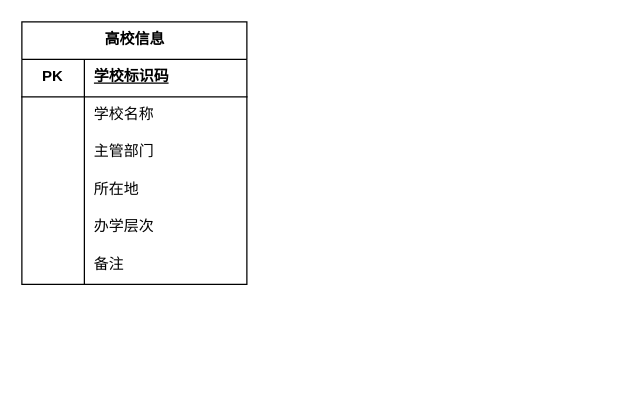
Earlier version of the draw.io diagram designGraph/高校信息ER图.drawio (chenjiongxi/mygradesign). Source tidied: cells renumbered, new cells numbered last; positions are measured from the earlier drawing's top-left corner, leaving out a move shared by most shapes. Both pictures are drawn from the tidied source at 125%, with x=0, y=0 at pixel (21, 21).
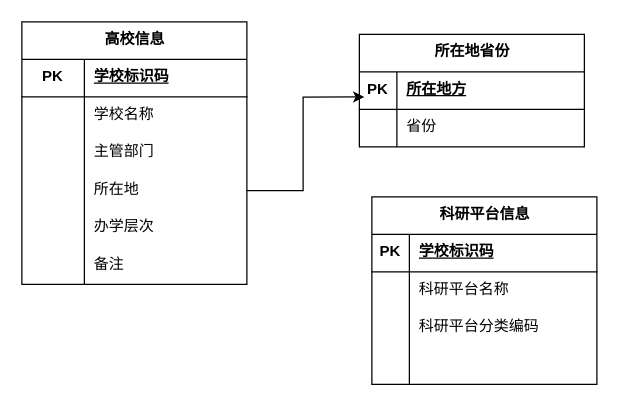
After the change.

Commit message:
更新高校信息ER图.drawio

The change refers to these unchanged cells:
```xml
<mxCell id="12" style="shape=tableRow;horizontal=0;startSize=0;swimlaneHead=0;swimlaneBody=0;fillColor=none;points=[[0,0.5],[1,0.5]];portConstraint=eastwest;top=0;left=0;right=0;bottom=0;shadow=0;strokeColor=default;strokeWidth=1;align=center;verticalAlign=top;fontFamily=Helvetica;fontSize=12;fontColor=default;labelBorderColor=none;" parent="2" vertex="1">
  <mxGeometry y="120" width="180" height="30" as="geometry" />
</mxCell>
```

Diff of the diagram source:
```diff
@@
+    <mxCell id="21" value="所在地省份" style="shape=table;startSize=30;childLayout=tableLayout;rowLines=0;fontStyle=1;align=center;html=1;shadow=0;strokeColor=default;strokeWidth=1;verticalAlign=top;fontFamily=Helvetica;fontSize=12;fontColor=default;labelBorderColor=none;fillColor=default;" parent="1" vertex="1">
+      <mxGeometry x="270" y="10" width="180" height="90" as="geometry" />
+    </mxCell>
+    <mxCell id="22" style="shape=tableRow;horizontal=0;startSize=0;swimlaneHead=0;swimlaneBody=0;fillColor=none;points=[[0,0.5],[1,0.5]];portConstraint=eastwest;top=0;left=0;right=0;bottom=1;shadow=0;strokeColor=default;strokeWidth=1;align=center;verticalAlign=top;fontFamily=Helvetica;fontSize=12;fontColor=default;labelBorderColor=none;" parent="21" vertex="1">
+      <mxGeometry y="30" width="180" height="30" as="geometry" />
+    </mxCell>
+    <mxCell id="23" value="PK" style="shape=partialRectangle;fillColor=none;top=0;left=0;bottom=0;right=0;fontStyle=1;overflow=hidden;whiteSpace=wrap;html=1;shadow=0;strokeColor=default;strokeWidth=1;align=center;verticalAlign=top;fontFamily=Helvetica;fontSize=12;fontColor=default;labelBorderColor=none;" parent="22" vertex="1">
+      <mxGeometry width="30" height="30" as="geometry" />
+    </mxCell>
+    <mxCell id="24" value="所在地方" style="shape=partialRectangle;fillColor=none;top=0;left=0;bottom=0;right=0;align=left;spacingLeft=6;fontStyle=5;overflow=hidden;whiteSpace=wrap;html=1;shadow=0;strokeColor=default;strokeWidth=1;verticalAlign=top;fontFamily=Helvetica;fontSize=12;fontColor=default;labelBorderColor=none;" parent="22" vertex="1">
+      <mxGeometry x="30" width="150" height="30" as="geometry" />
+    </mxCell>
+    <mxCell id="25" style="shape=tableRow;horizontal=0;startSize=0;swimlaneHead=0;swimlaneBody=0;fillColor=none;top=0;left=0;right=0;bottom=0;shadow=0;strokeColor=default;strokeWidth=1;align=center;verticalAlign=top;fontFamily=Helvetica;fontSize=12;fontColor=default;labelBorderColor=none;" parent="21" vertex="1">
+      <mxGeometry y="60" width="180" height="30" as="geometry" />
+    </mxCell>
+    <mxCell id="26" style="shape=partialRectangle;fillColor=none;top=0;left=0;bottom=0;right=0;overflow=hidden;whiteSpace=wrap;html=1;shadow=0;strokeColor=default;strokeWidth=1;align=center;verticalAlign=top;fontFamily=Helvetica;fontSize=12;fontColor=default;labelBorderColor=none;" parent="25" vertex="1">
+      <mxGeometry width="30" height="30" as="geometry" />
+    </mxCell>
+    <mxCell id="27" value="省份" style="shape=partialRectangle;fillColor=none;top=0;left=0;bottom=0;right=0;align=left;spacingLeft=6;overflow=hidden;whiteSpace=wrap;html=1;shadow=0;strokeColor=default;strokeWidth=1;verticalAlign=top;fontFamily=Helvetica;fontSize=12;fontColor=default;labelBorderColor=none;" parent="25" vertex="1">
+      <mxGeometry x="30" width="150" height="30" as="geometry" />
+    </mxCell>
+    <mxCell id="28" style="edgeStyle=orthogonalEdgeStyle;rounded=0;jettySize=auto;html=1;entryX=0.022;entryY=0.669;entryDx=0;entryDy=0;entryPerimeter=0;fontFamily=Helvetica;fontSize=12;fontColor=default;labelBorderColor=none;" parent="1" edge="1" source="12" target="22">
+      <mxGeometry relative="1" as="geometry" />
+    </mxCell>
+    <mxCell id="29" value="科研平台信息" style="shape=table;startSize=30;childLayout=tableLayout;rowLines=0;fontStyle=1;align=center;html=1;shadow=0;strokeColor=default;strokeWidth=1;verticalAlign=top;fontFamily=Helvetica;fontSize=12;fontColor=default;labelBorderColor=none;fillColor=default;" parent="1" vertex="1">
+      <mxGeometry x="280" y="140" width="180" height="150" as="geometry" />
+    </mxCell>
+    <mxCell id="30" style="shape=tableRow;horizontal=0;startSize=0;swimlaneHead=0;swimlaneBody=0;fillColor=none;top=0;left=0;right=0;bottom=1;shadow=0;strokeColor=default;strokeWidth=1;align=center;verticalAlign=top;fontFamily=Helvetica;fontSize=12;fontColor=default;labelBorderColor=none;" parent="29" vertex="1">
+      <mxGeometry y="30" width="180" height="30" as="geometry" />
+    </mxCell>
+    <mxCell id="31" value="PK" style="shape=partialRectangle;fillColor=none;top=0;left=0;bottom=0;right=0;fontStyle=1;overflow=hidden;whiteSpace=wrap;html=1;shadow=0;strokeColor=default;strokeWidth=1;align=center;verticalAlign=top;fontFamily=Helvetica;fontSize=12;fontColor=default;labelBorderColor=none;" parent="30" vertex="1">
+      <mxGeometry width="30" height="30" as="geometry" />
+    </mxCell>
+    <mxCell id="32" value="学校标识码" style="shape=partialRectangle;fillColor=none;top=0;left=0;bottom=0;right=0;align=left;spacingLeft=6;fontStyle=5;overflow=hidden;whiteSpace=wrap;html=1;shadow=0;strokeColor=default;strokeWidth=1;verticalAlign=top;fontFamily=Helvetica;fontSize=12;fontColor=default;labelBorderColor=none;" parent="30" vertex="1">
+      <mxGeometry x="30" width="150" height="30" as="geometry" />
+    </mxCell>
+    <mxCell id="33" style="shape=tableRow;horizontal=0;startSize=0;swimlaneHead=0;swimlaneBody=0;fillColor=none;top=0;left=0;right=0;bottom=0;shadow=0;strokeColor=default;strokeWidth=1;align=center;verticalAlign=top;fontFamily=Helvetica;fontSize=12;fontColor=default;labelBorderColor=none;" parent="29" vertex="1">
+      <mxGeometry y="60" width="180" height="30" as="geometry" />
+    </mxCell>
+    <mxCell id="34" style="shape=partialRectangle;fillColor=none;top=0;left=0;bottom=0;right=0;overflow=hidden;whiteSpace=wrap;html=1;shadow=0;strokeColor=default;strokeWidth=1;align=center;verticalAlign=top;fontFamily=Helvetica;fontSize=12;fontColor=default;labelBorderColor=none;" parent="33" vertex="1">
+      <mxGeometry width="30" height="30" as="geometry" />
+    </mxCell>
+    <mxCell id="35" value="科研平台名称" style="shape=partialRectangle;fillColor=none;top=0;left=0;bottom=0;right=0;align=left;spacingLeft=6;overflow=hidden;whiteSpace=wrap;html=1;shadow=0;strokeColor=default;strokeWidth=1;verticalAlign=top;fontFamily=Helvetica;fontSize=12;fontColor=default;labelBorderColor=none;" parent="33" vertex="1">
+      <mxGeometry x="30" width="150" height="30" as="geometry" />
+    </mxCell>
+    <mxCell id="36" style="shape=tableRow;horizontal=0;startSize=0;swimlaneHead=0;swimlaneBody=0;fillColor=none;top=0;left=0;right=0;bottom=0;shadow=0;strokeColor=default;strokeWidth=1;align=center;verticalAlign=top;fontFamily=Helvetica;fontSize=12;fontColor=default;labelBorderColor=none;" parent="29" vertex="1">
+      <mxGeometry y="90" width="180" height="30" as="geometry" />
+    </mxCell>
+    <mxCell id="37" style="shape=partialRectangle;fillColor=none;top=0;left=0;bottom=0;right=0;overflow=hidden;whiteSpace=wrap;html=1;shadow=0;strokeColor=default;strokeWidth=1;align=center;verticalAlign=top;fontFamily=Helvetica;fontSize=12;fontColor=default;labelBorderColor=none;" parent="36" vertex="1">
+      <mxGeometry width="30" height="30" as="geometry" />
+    </mxCell>
+    <mxCell id="38" value="科研平台分类编码" style="shape=partialRectangle;fillColor=none;top=0;left=0;bottom=0;right=0;align=left;spacingLeft=6;overflow=hidden;whiteSpace=wrap;html=1;shadow=0;strokeColor=default;strokeWidth=1;verticalAlign=top;fontFamily=Helvetica;fontSize=12;fontColor=default;labelBorderColor=none;" parent="36" vertex="1">
+      <mxGeometry x="30" width="150" height="30" as="geometry" />
+    </mxCell>
+    <mxCell id="39" style="shape=tableRow;horizontal=0;startSize=0;swimlaneHead=0;swimlaneBody=0;fillColor=none;top=0;left=0;right=0;bottom=0;shadow=0;strokeColor=default;strokeWidth=1;align=center;verticalAlign=top;fontFamily=Helvetica;fontSize=12;fontColor=default;labelBorderColor=none;" parent="29" vertex="1">
+      <mxGeometry y="120" width="180" height="30" as="geometry" />
+    </mxCell>
+    <mxCell id="40" style="shape=partialRectangle;fillColor=none;top=0;left=0;bottom=0;right=0;overflow=hidden;whiteSpace=wrap;html=1;shadow=0;strokeColor=default;strokeWidth=1;align=center;verticalAlign=top;fontFamily=Helvetica;fontSize=12;fontColor=default;labelBorderColor=none;" parent="39" vertex="1">
+      <mxGeometry width="30" height="30" as="geometry" />
+    </mxCell>
+    <mxCell id="41" style="shape=partialRectangle;fillColor=none;top=0;left=0;bottom=0;right=0;align=left;spacingLeft=6;overflow=hidden;whiteSpace=wrap;html=1;shadow=0;strokeColor=default;strokeWidth=1;verticalAlign=top;fontFamily=Helvetica;fontSize=12;fontColor=default;labelBorderColor=none;" parent="39" vertex="1">
+      <mxGeometry x="30" width="150" height="30" as="geometry" />
+    </mxCell>
```
